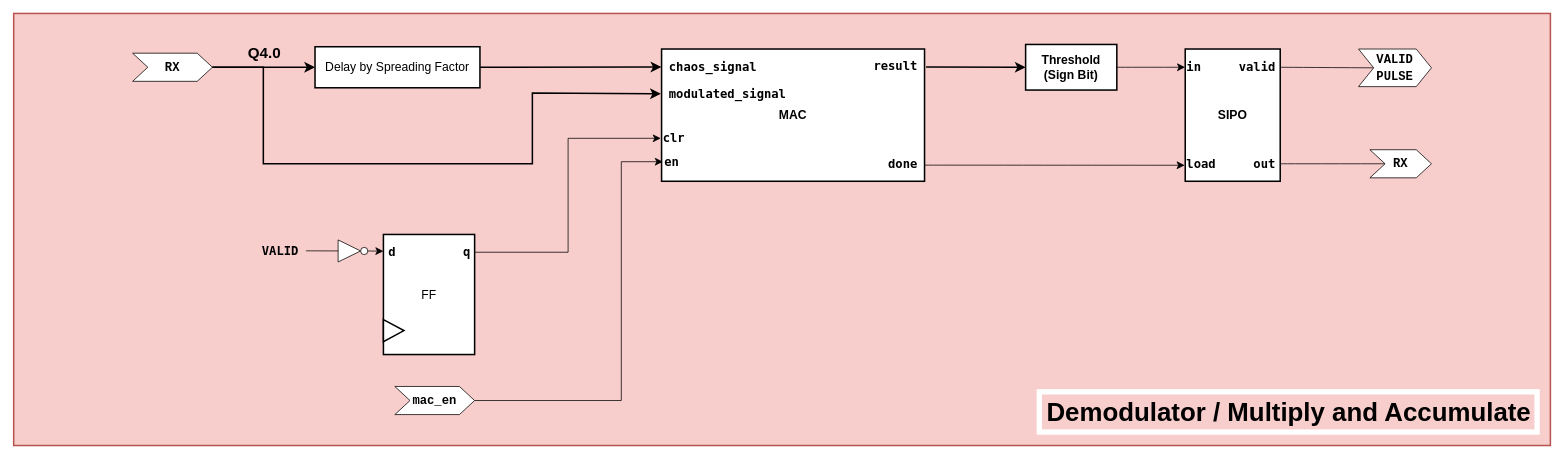
Before: page "Demodulator" (2 of 3) of diagrams/Top Level/modem_V2.drawio in OmarAmer01/DCSK, a draw.io diagram. Source tidied: cells renumbered, new cells numbered last; positions are measured from the earlier drawing's top-left corner, leaving out a move shared by most shapes. Both pictures are drawn from the tidied source at 76%, with x=0, y=0 at pixel (13, 13).
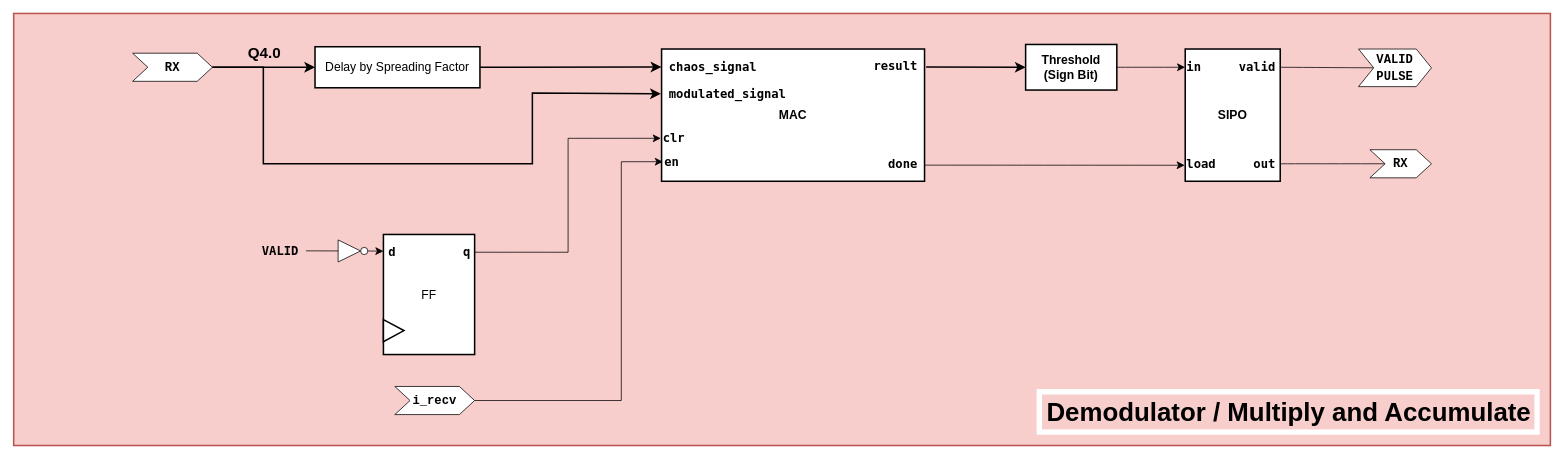
Above is the later version.

The change refers to these unchanged cells:
```xml
<mxCell id="3" style="group;" parent="1" vertex="1">
  <mxGeometry x="157" y="41" width="1856" height="522" as="geometry" />
</mxCell>
```

The edit, as a diff of the source:
```diff
@@
-    <mxCell id="40" value="&lt;b&gt;&lt;font face=&quot;Courier New&quot;&gt;mac_en&lt;/font&gt;&lt;/b&gt;" style="shape=step;perimeter=stepPerimeter;whiteSpace=wrap;html=1;fixedSize=1;fontSize=16;" parent="3" vertex="1">
+    <mxCell id="40" value="&lt;b&gt;&lt;font face=&quot;Courier New&quot;&gt;i_recv&lt;/font&gt;&lt;/b&gt;" style="shape=step;perimeter=stepPerimeter;whiteSpace=wrap;html=1;fixedSize=1;fontSize=16;" parent="3" vertex="1">
       <mxGeometry x="345" y="450" width="105" height="37" as="geometry" />
     </mxCell>
```
